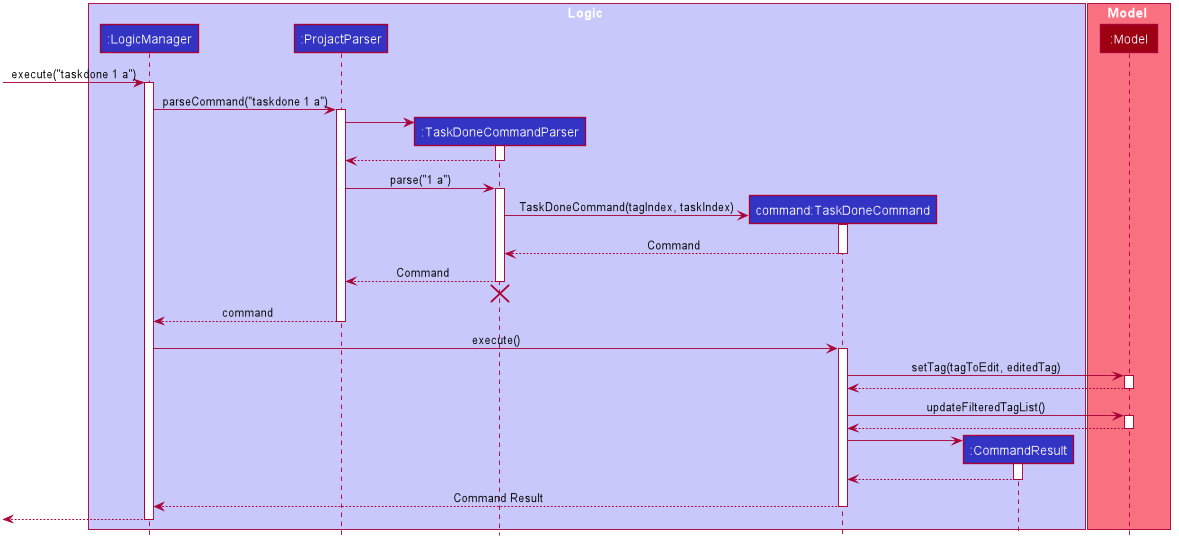
Above: docs/images/TaskDoneSequenceDiagram.png in siqiang-ng/tp (PlantUML), before the change. Source of this version:
```plantuml
@startuml








skinparam BackgroundColor #FFFFFFF

skinparam Shadowing false

skinparam Class {
    FontColor #FFFFFF
    BorderThickness 1
    BorderColor #FFFFFF
    StereotypeFontColor #FFFFFF
    FontName Arial
}

skinparam Actor {
    BorderColor #000000
    Color #000000
    FontName Arial
}

skinparam Sequence {
    MessageAlign center
    BoxFontSize 15
    BoxPadding 0
    BoxFontColor #FFFFFF
    FontName Arial
}

skinparam Participant {
    FontColor #FFFFFFF
    Padding 20
}

skinparam MinClassWidth 50
skinparam ParticipantPadding 10
skinparam Shadowing false
skinparam DefaultTextAlignment center
skinparam packageStyle Rectangle

hide footbox
hide members
hide circle
box Logic #C8C8FA
participant ":LogicManager" as LogicManager #3333C4
participant ":ProjactParser" as ProjactParser #3333C4
participant ":TaskDoneCommandParser" as TaskDoneCommandParser #3333C4
participant "command:TaskDoneCommand" as TaskDoneCommand #3333C4
participant ":CommandResult" as CommandResult #3333C4
end box

box Model #F97181
participant ":Model" as Model #9D0012
end box

[-> LogicManager : execute("taskdone 1 a")
activate LogicManager

LogicManager -> ProjactParser : parseCommand("taskdone 1 a")
activate ProjactParser

create TaskDoneCommandParser
ProjactParser -> TaskDoneCommandParser
activate TaskDoneCommandParser
TaskDoneCommandParser --> ProjactParser

deactivate TaskDoneCommandParser
ProjactParser -> TaskDoneCommandParser : parse("1 a")
activate TaskDoneCommandParser

create TaskDoneCommand
TaskDoneCommandParser -> TaskDoneCommand : TaskDoneCommand(tagIndex, taskIndex)
activate TaskDoneCommand

TaskDoneCommand --> TaskDoneCommandParser : Command
deactivate TaskDoneCommand

TaskDoneCommandParser --> ProjactParser : Command
deactivate TaskDoneCommandParser
TaskDoneCommandParser -[hidden]-> ProjactParser
destroy TaskDoneCommandParser

ProjactParser --> LogicManager : command
deactivate ProjactParser

LogicManager -> TaskDoneCommand : execute()
activate TaskDoneCommand

TaskDoneCommand -> Model : setTag(tagToEdit, editedTag)
activate Model
Model ---> TaskDoneCommand
deactivate Model

TaskDoneCommand -> Model : updateFilteredTagList()
activate Model
Model ---> TaskDoneCommand
deactivate Model

create CommandResult
TaskDoneCommand -> CommandResult
activate CommandResult
CommandResult ---> TaskDoneCommand
deactivate CommandResult

TaskDoneCommand --> LogicManager : Command Result
deactivate TaskDoneCommand

LogicManager -->[
deactivate LogicManager

@enduml
```
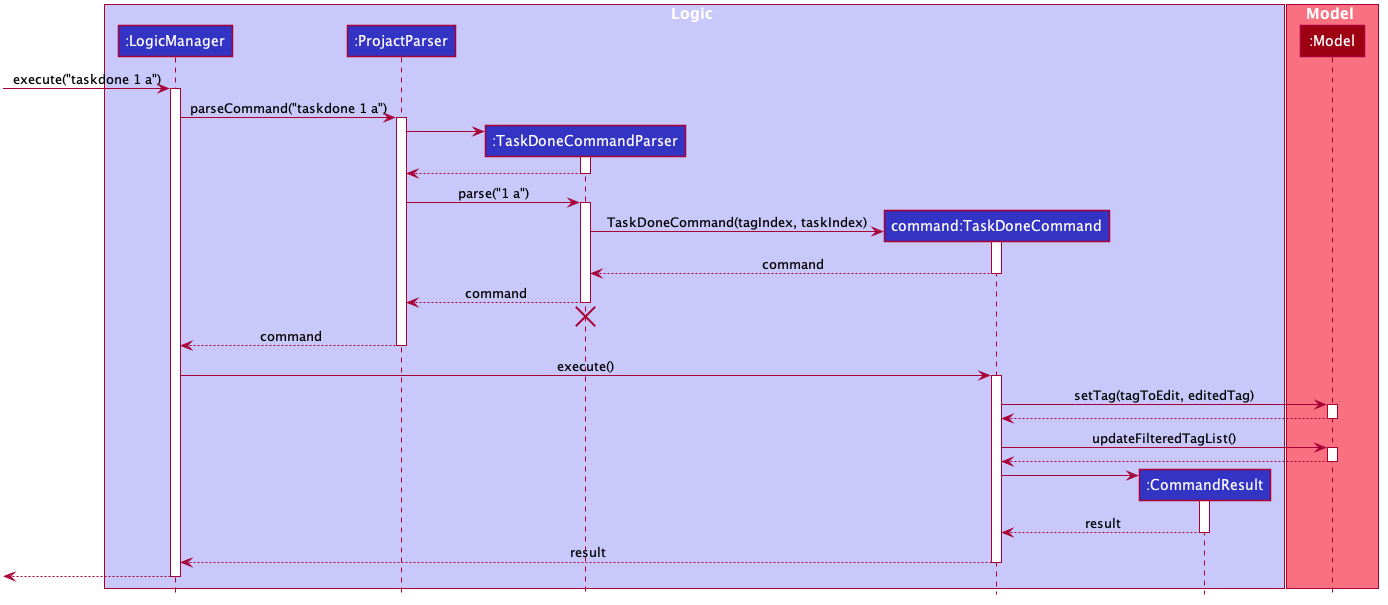
After the change.

What changed in the source:
```diff
@@ -78,10 +78,10 @@
 TaskDoneCommandParser -> TaskDoneCommand : TaskDoneCommand(tagIndex, taskIndex)
 activate TaskDoneCommand
 
-TaskDoneCommand --> TaskDoneCommandParser : Command
+TaskDoneCommand --> TaskDoneCommandParser : command
 deactivate TaskDoneCommand
 
-TaskDoneCommandParser --> ProjactParser : Command
+TaskDoneCommandParser --> ProjactParser : command
 deactivate TaskDoneCommandParser
 TaskDoneCommandParser -[hidden]-> ProjactParser
 destroy TaskDoneCommandParser
@@ -105,10 +105,10 @@
 create CommandResult
 TaskDoneCommand -> CommandResult
 activate CommandResult
-CommandResult ---> TaskDoneCommand
+CommandResult ---> TaskDoneCommand : result
 deactivate CommandResult
 
-TaskDoneCommand --> LogicManager : Command Result
+TaskDoneCommand --> LogicManager : result
 deactivate TaskDoneCommand
 
 LogicManager -->[
```
